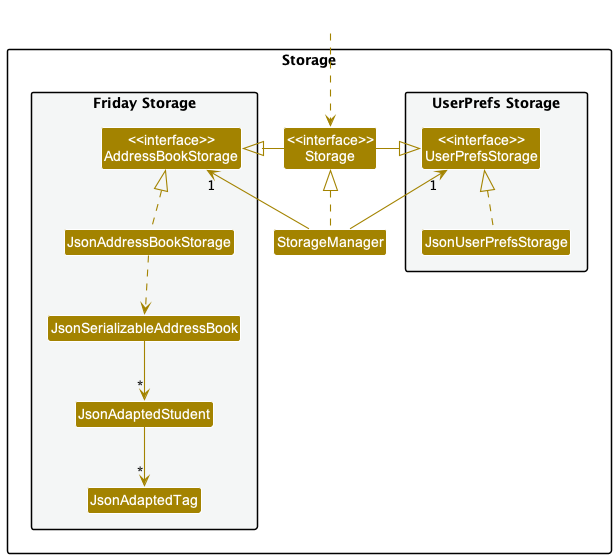
Above: docs/images/StorageClassDiagram.png in nus-cs2103-AY2223S1/tp (PlantUML), before the change. The source it was exported from:
```plantuml
@startuml
!include style.puml
skinparam arrowThickness 1.1
skinparam arrowColor STORAGE_COLOR
skinparam classBackgroundColor STORAGE_COLOR

package Storage{

package "UserPrefs Storage" #F4F6F6{
Class "<<interface>>\nUserPrefsStorage" as UserPrefsStorage
Class JsonUserPrefsStorage
}

Class "<<interface>>\nStorage" as Storage
Class StorageManager

package "Friday Storage" #F4F6F6{
Class "<<interface>>\nAddressBookStorage" as AddressBookStorage
Class JsonAddressBookStorage
Class JsonSerializableAddressBook
Class JsonAdaptedStudent
Class JsonAdaptedTag
}

}

Class HiddenOutside #FFFFFF
HiddenOutside ..> Storage

StorageManager .up.|> Storage
StorageManager -up-> "1" UserPrefsStorage
StorageManager -up-> "1" AddressBookStorage

Storage -left-|> UserPrefsStorage
Storage -right-|> AddressBookStorage

JsonUserPrefsStorage .up.|> UserPrefsStorage
JsonAddressBookStorage .up.|> AddressBookStorage
JsonAddressBookStorage ..> JsonSerializableAddressBook
JsonSerializableAddressBook --> "*" JsonAdaptedStudent
JsonAdaptedStudent --> "*" JsonAdaptedTag

@enduml
```
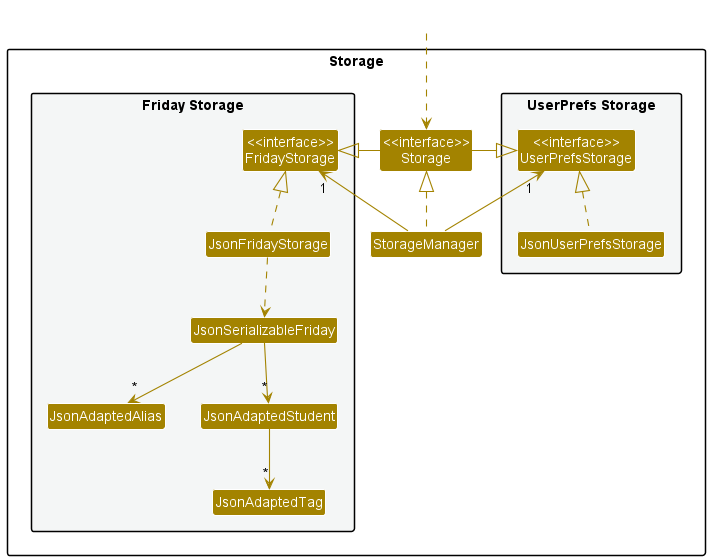
The same file after the commit.

What changed in the source:
```diff
@@ -15,9 +15,10 @@
 Class StorageManager
 
 package "Friday Storage" #F4F6F6{
-Class "<<interface>>\nAddressBookStorage" as AddressBookStorage
-Class JsonAddressBookStorage
-Class JsonSerializableAddressBook
+Class "<<interface>>\nFridayStorage" as FridayStorage
+Class JsonFridayStorage
+Class JsonSerializableFriday
+Class JsonAdaptedAlias
 Class JsonAdaptedStudent
 Class JsonAdaptedTag
 }
@@ -29,15 +30,16 @@
 
 StorageManager .up.|> Storage
 StorageManager -up-> "1" UserPrefsStorage
-StorageManager -up-> "1" AddressBookStorage
+StorageManager -up-> "1" FridayStorage
 
 Storage -left-|> UserPrefsStorage
-Storage -right-|> AddressBookStorage
+Storage -right-|> FridayStorage
 
 JsonUserPrefsStorage .up.|> UserPrefsStorage
-JsonAddressBookStorage .up.|> AddressBookStorage
-JsonAddressBookStorage ..> JsonSerializableAddressBook
-JsonSerializableAddressBook --> "*" JsonAdaptedStudent
+JsonFridayStorage .up.|> FridayStorage
+JsonFridayStorage ..> JsonSerializableFriday
+JsonSerializableFriday --> "*" JsonAdaptedStudent
+JsonSerializableFriday --> "*" JsonAdaptedAlias
 JsonAdaptedStudent --> "*" JsonAdaptedTag
 
 @enduml
```
